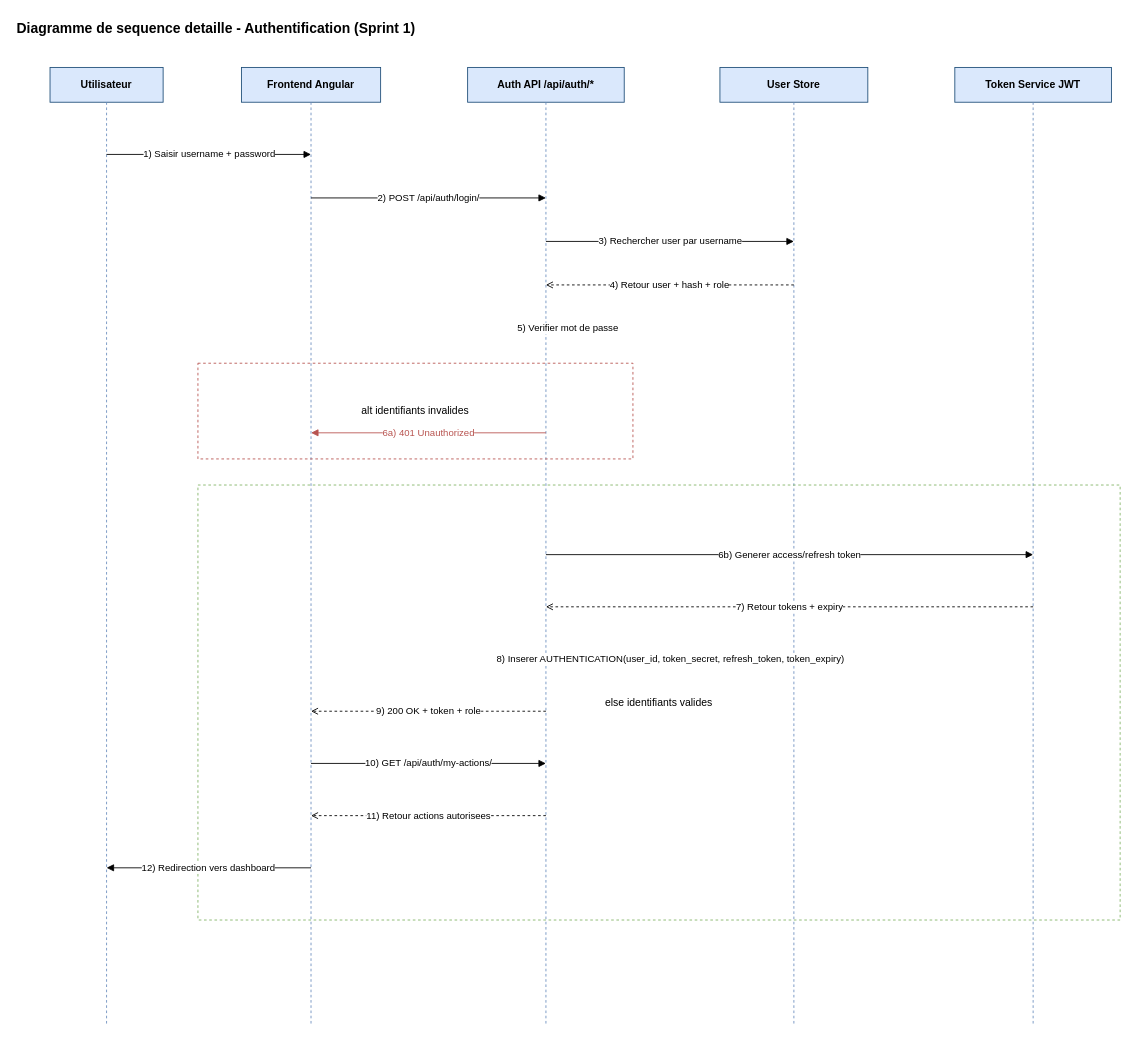
Earlier version of the draw.io diagram page "Seq-Authentification-Sprint1" (1 of 2) of isimm-platform/docs/diagrams/sprint1-sequence-auth-gestion-v2.drawio (dutryJll/PFE-Project). Source tidied: cells renumbered, new cells numbered last; positions are measured from the earlier drawing's top-left corner, leaving out a move shared by most shapes. Both pictures are drawn from the tidied source at 87%, with x=0, y=0 at pixel (15, 15).
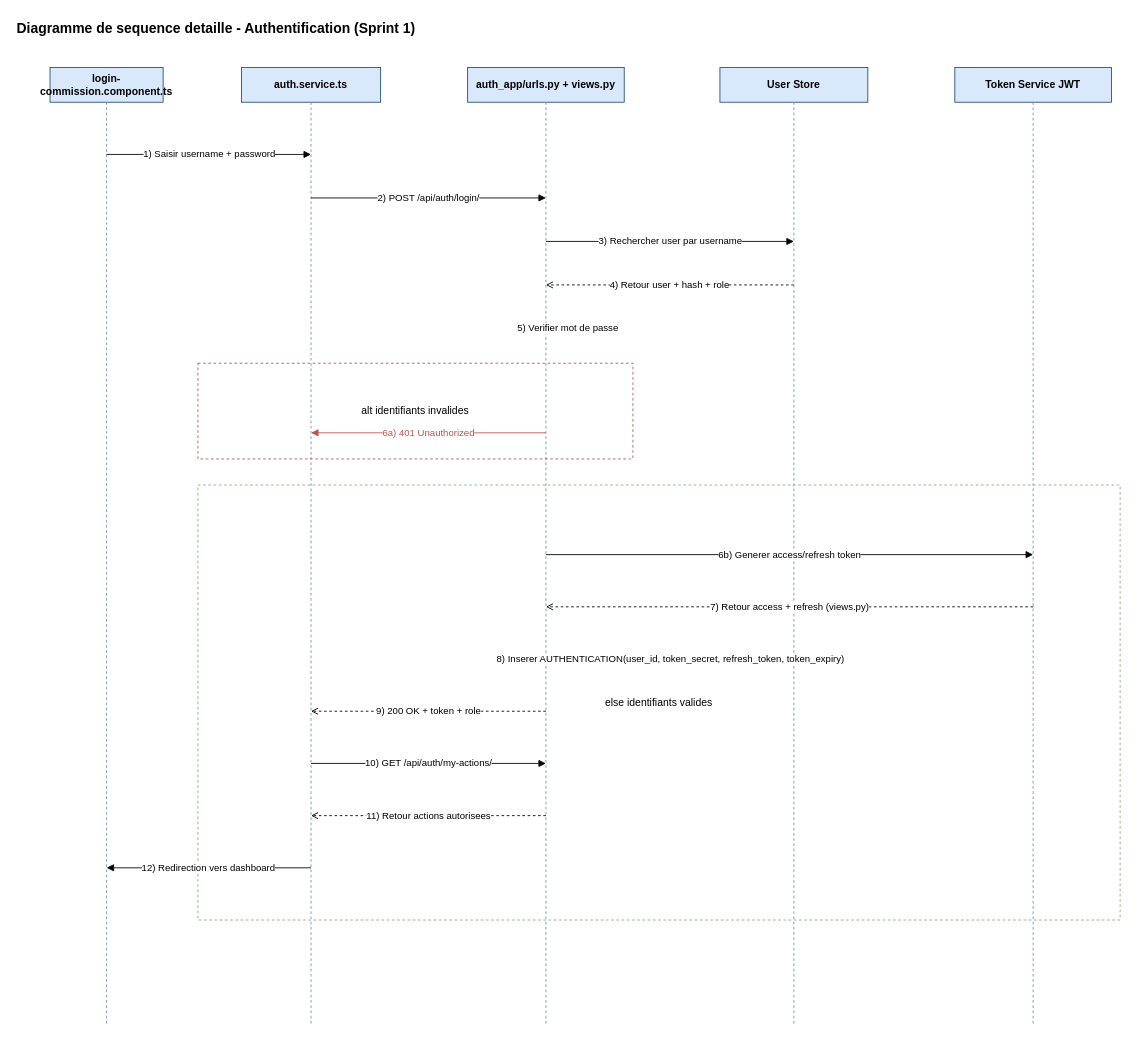
The same page after the edit.

Change to the diagram source:
```diff
@@
-    <mxCell id="3" value="Utilisateur" style="rounded=0;whiteSpace=wrap;html=1;fillColor=#DAE8FC;strokeColor=#1F4E78;fontStyle=1;" parent="1" vertex="1">
+    <mxCell id="3" value="login-commission.component.ts" style="rounded=0;whiteSpace=wrap;html=1;fillColor=#DAE8FC;strokeColor=#1F4E78;fontStyle=1;" parent="1" vertex="1">
       <mxGeometry x="40" y="60" width="130" height="40" as="geometry" />
     </mxCell>
-    <mxCell id="4" value="Frontend Angular" style="rounded=0;whiteSpace=wrap;html=1;fillColor=#DAE8FC;strokeColor=#1F4E78;fontStyle=1;" parent="1" vertex="1">
+    <mxCell id="4" value="auth.service.ts" style="rounded=0;whiteSpace=wrap;html=1;fillColor=#DAE8FC;strokeColor=#1F4E78;fontStyle=1;" parent="1" vertex="1">
       <mxGeometry x="260" y="60" width="160" height="40" as="geometry" />
     </mxCell>
-    <mxCell id="5" value="Auth API /api/auth/*" style="rounded=0;whiteSpace=wrap;html=1;fillColor=#DAE8FC;strokeColor=#1F4E78;fontStyle=1;" parent="1" vertex="1">
+    <mxCell id="5" value="auth_app/urls.py + views.py" style="rounded=0;whiteSpace=wrap;html=1;fillColor=#DAE8FC;strokeColor=#1F4E78;fontStyle=1;" parent="1" vertex="1">
       <mxGeometry x="520" y="60" width="180" height="40" as="geometry" />
     </mxCell>
@@
-    <mxCell id="22" value="7) Retour tokens + expiry" style="endArrow=open;dashed=1;html=1;" parent="1" edge="1">
+    <mxCell id="22" value="7) Retour access + refresh (views.py)" style="endArrow=open;dashed=1;html=1;" parent="1" edge="1">
       <mxGeometry relative="1" as="geometry">
         <mxPoint x="1170" y="680" as="sourcePoint" />
         <mxPoint x="610" y="680" as="targetPoint" />
       </mxGeometry>
     </mxCell>
```
